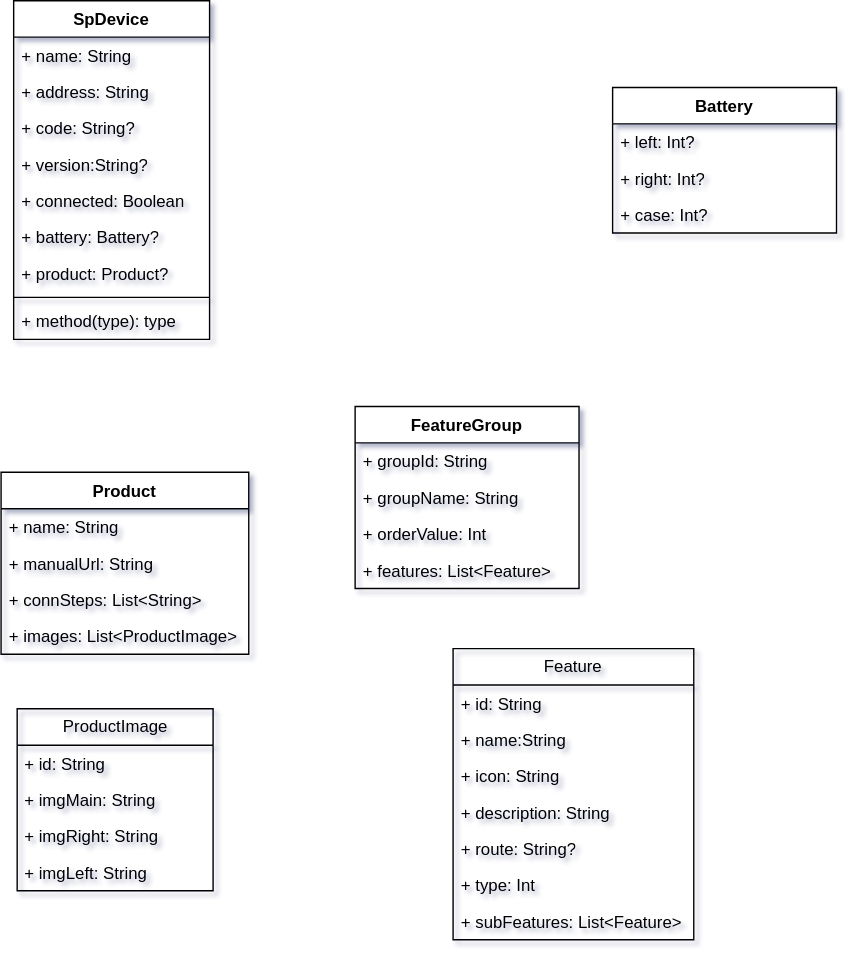
Above: 未命名绘图.drawio.svg in kekemao00/draw-libs (draw.io), before the change. Source tidied: cells renumbered, new cells last; positions are measured from the earlier drawing's top-left corner, leaving out a move shared by most shapes.
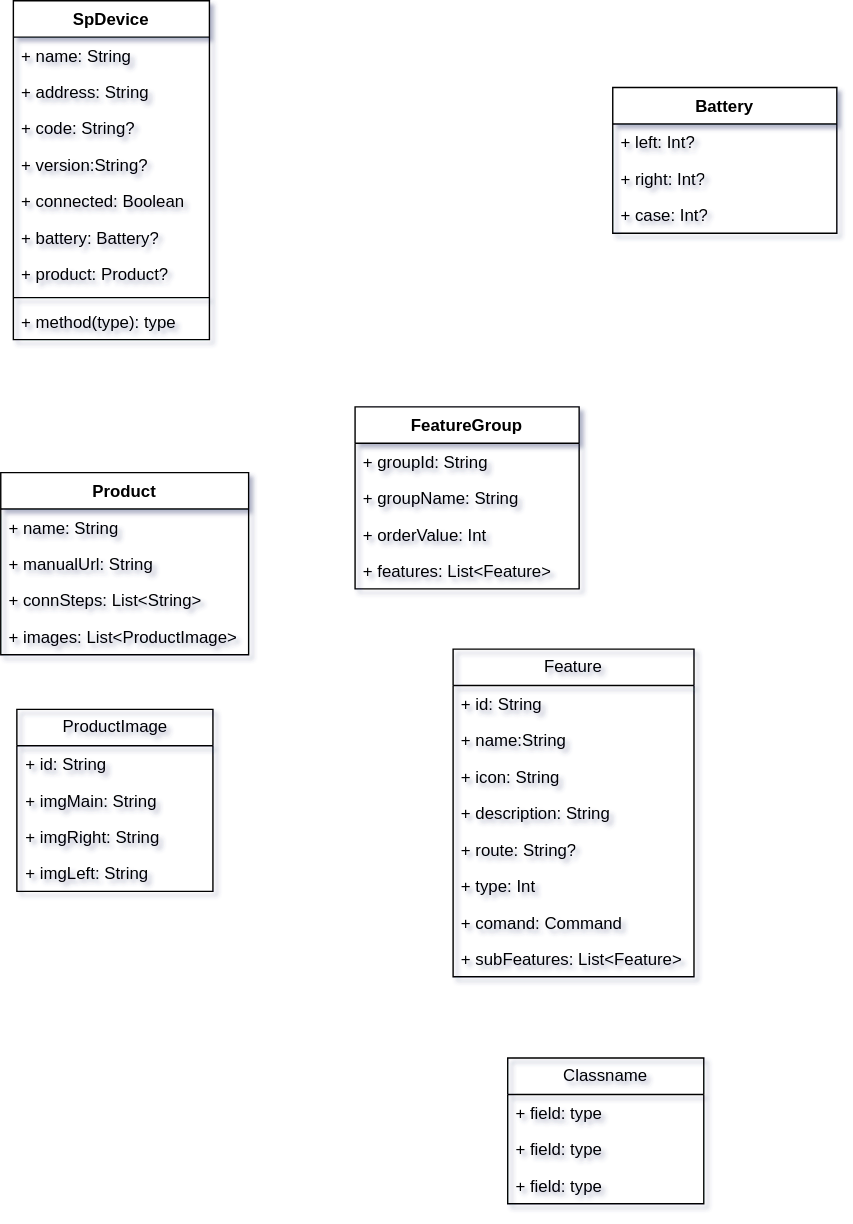
After the commit.

Commit message:
更新未命名绘图.drawio.svg

Change to the diagram source:
```diff
@@ -90,7 +90,7 @@
       <mxGeometry y="104" width="160" height="26" as="geometry" />
     </mxCell>
     <mxCell id="31" value="Feature" style="swimlane;fontStyle=0;horizontal=1;startSize=26;fillColor=none;whiteSpace=wrap;html=1;" parent="1" vertex="1">
-      <mxGeometry x="323" y="463" width="172" height="208" as="geometry" />
+      <mxGeometry x="323" y="463" width="172" height="234" as="geometry" />
     </mxCell>
     <mxCell id="32" value="+ id: String" style="text;strokeColor=none;fillColor=none;align=left;verticalAlign=top;spacingLeft=4;spacingRight=4;overflow=hidden;whiteSpace=wrap;html=1;" parent="31" vertex="1">
       <mxGeometry y="26" width="172" height="26" as="geometry" />
@@ -110,8 +110,23 @@
     <mxCell id="37" value="+ type: Int" style="text;strokeColor=none;fillColor=none;align=left;verticalAlign=top;spacingLeft=4;spacingRight=4;overflow=hidden;whiteSpace=wrap;html=1;" parent="31" vertex="1">
       <mxGeometry y="156" width="172" height="26" as="geometry" />
     </mxCell>
+    <mxCell id="39" value="+ comand: Command" style="text;strokeColor=none;fillColor=none;align=left;verticalAlign=top;spacingLeft=4;spacingRight=4;overflow=hidden;whiteSpace=wrap;html=1;" parent="31" vertex="1">
+      <mxGeometry y="182" width="172" height="26" as="geometry" />
+    </mxCell>
     <mxCell id="38" value="+ subFeatures: List&amp;lt;Feature&amp;gt;" style="text;strokeColor=none;fillColor=none;align=left;verticalAlign=top;spacingLeft=4;spacingRight=4;overflow=hidden;whiteSpace=wrap;html=1;" parent="31" vertex="1">
-      <mxGeometry y="182" width="172" height="26" as="geometry" />
+      <mxGeometry y="208" width="172" height="26" as="geometry" />
     </mxCell>
+    <mxCell id="40" value="Classname" style="swimlane;fontStyle=0;horizontal=1;startSize=26;fillColor=none;whiteSpace=wrap;html=1;" parent="1" vertex="1">
+      <mxGeometry x="362" y="755" width="140" height="104" as="geometry" />
+    </mxCell>
+    <mxCell id="41" value="+ field: type" style="text;strokeColor=none;fillColor=none;align=left;verticalAlign=top;spacingLeft=4;spacingRight=4;overflow=hidden;whiteSpace=wrap;html=1;" parent="40" vertex="1">
+      <mxGeometry y="26" width="140" height="26" as="geometry" />
+    </mxCell>
+    <mxCell id="42" value="+ field: type" style="text;strokeColor=none;fillColor=none;align=left;verticalAlign=top;spacingLeft=4;spacingRight=4;overflow=hidden;whiteSpace=wrap;html=1;" parent="40" vertex="1">
+      <mxGeometry y="52" width="140" height="26" as="geometry" />
+    </mxCell>
+    <mxCell id="43" value="+ field: type" style="text;strokeColor=none;fillColor=none;align=left;verticalAlign=top;spacingLeft=4;spacingRight=4;overflow=hidden;whiteSpace=wrap;html=1;" parent="40" vertex="1">
+      <mxGeometry y="78" width="140" height="26" as="geometry" />
+    </mxCell>
   </root>
 </mxGraphModel>
```
